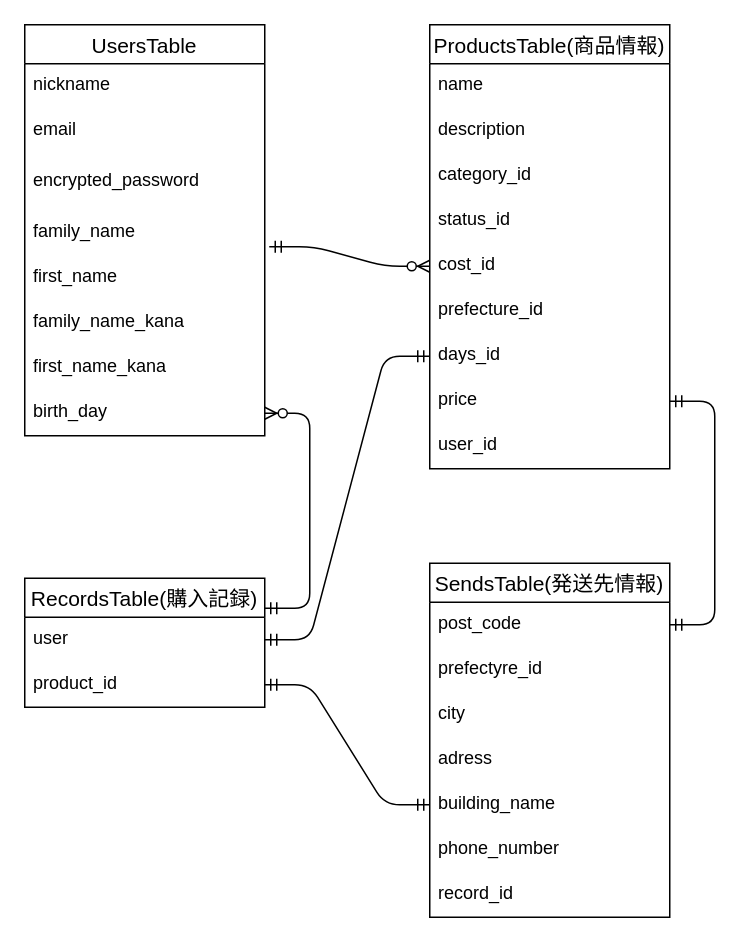
This is furima.dio from Sk20020822/furima-37952, a draw.io file, before an edit. Source tidied: cells renumbered, new cells numbered last; positions are measured from the earlier drawing's top-left corner, leaving out a move shared by most shapes. Both pictures are drawn from the tidied source at 150%, with x=0, y=0 at pixel (24, 24).
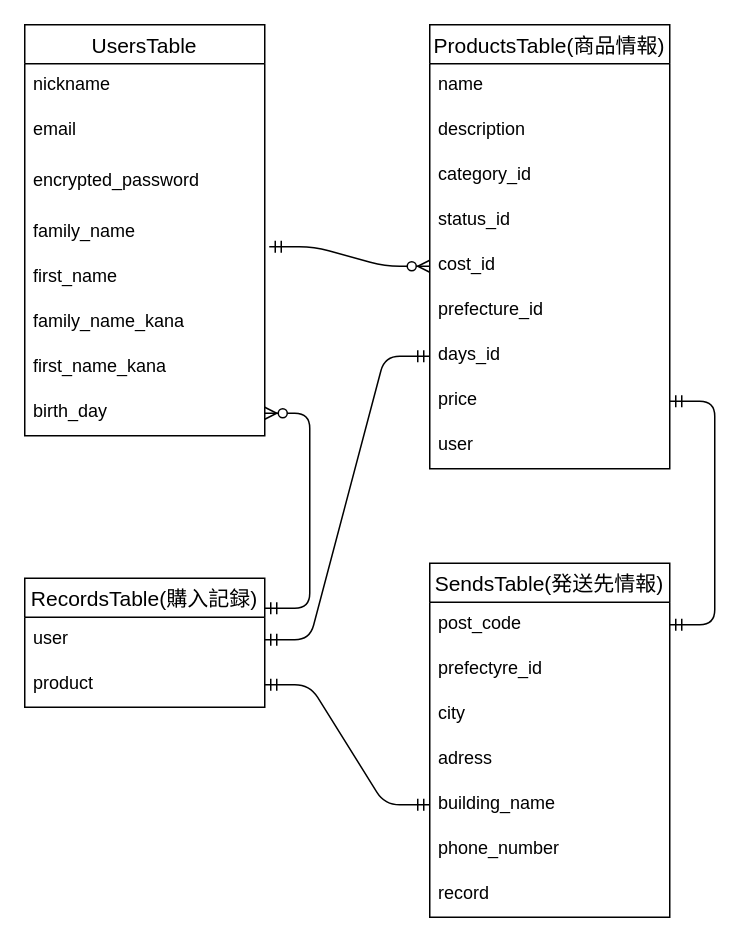
The same page after the edit.

Unchanged cells that the change refers to:
```xml
<mxCell id="11" value="ProductsTable(商品情報)" style="swimlane;fontStyle=0;horizontal=1;startSize=26;align=center;fontSize=14;" parent="1" vertex="1">
  <mxGeometry x="270" width="160" height="296" as="geometry" />
</mxCell>
<mxCell id="21" value="SendsTable(発送先情報)" style="swimlane;fontStyle=0;horizontal=1;startSize=26;align=center;fontSize=14;" parent="1" vertex="1">
  <mxGeometry x="270" y="359" width="160" height="236" as="geometry" />
</mxCell>
<mxCell id="30" value="RecordsTable(購入記録)" style="swimlane;fontStyle=0;horizontal=1;startSize=26;align=center;fontSize=14;" parent="1" vertex="1">
  <mxGeometry y="369" width="160" height="86" as="geometry" />
</mxCell>
```

Change to the diagram source:
```diff
@@
-    <mxCell id="20" value="user_id" style="text;strokeColor=none;fillColor=none;spacingLeft=4;spacingRight=4;overflow=hidden;fontSize=12;" parent="11" vertex="1">
+    <mxCell id="20" value="user" style="text;strokeColor=none;fillColor=none;spacingLeft=4;spacingRight=4;overflow=hidden;fontSize=12;" parent="11" vertex="1">
       <mxGeometry y="266" width="160" height="30" as="geometry" />
     </mxCell>
@@
-    <mxCell id="28" value="record_id " style="text;strokeColor=none;fillColor=none;spacingLeft=4;spacingRight=4;overflow=hidden;fontSize=12;" parent="21" vertex="1">
+    <mxCell id="28" value="record" style="text;strokeColor=none;fillColor=none;spacingLeft=4;spacingRight=4;overflow=hidden;fontSize=12;" parent="21" vertex="1">
       <mxGeometry y="206" width="160" height="30" as="geometry" />
     </mxCell>
@@
-    <mxCell id="32" value="product_id" style="text;strokeColor=none;fillColor=none;spacingLeft=4;spacingRight=4;overflow=hidden;fontSize=12;" parent="30" vertex="1">
+    <mxCell id="32" value="product" style="text;strokeColor=none;fillColor=none;spacingLeft=4;spacingRight=4;overflow=hidden;fontSize=12;" parent="30" vertex="1">
       <mxGeometry y="56" width="160" height="30" as="geometry" />
     </mxCell>
```
